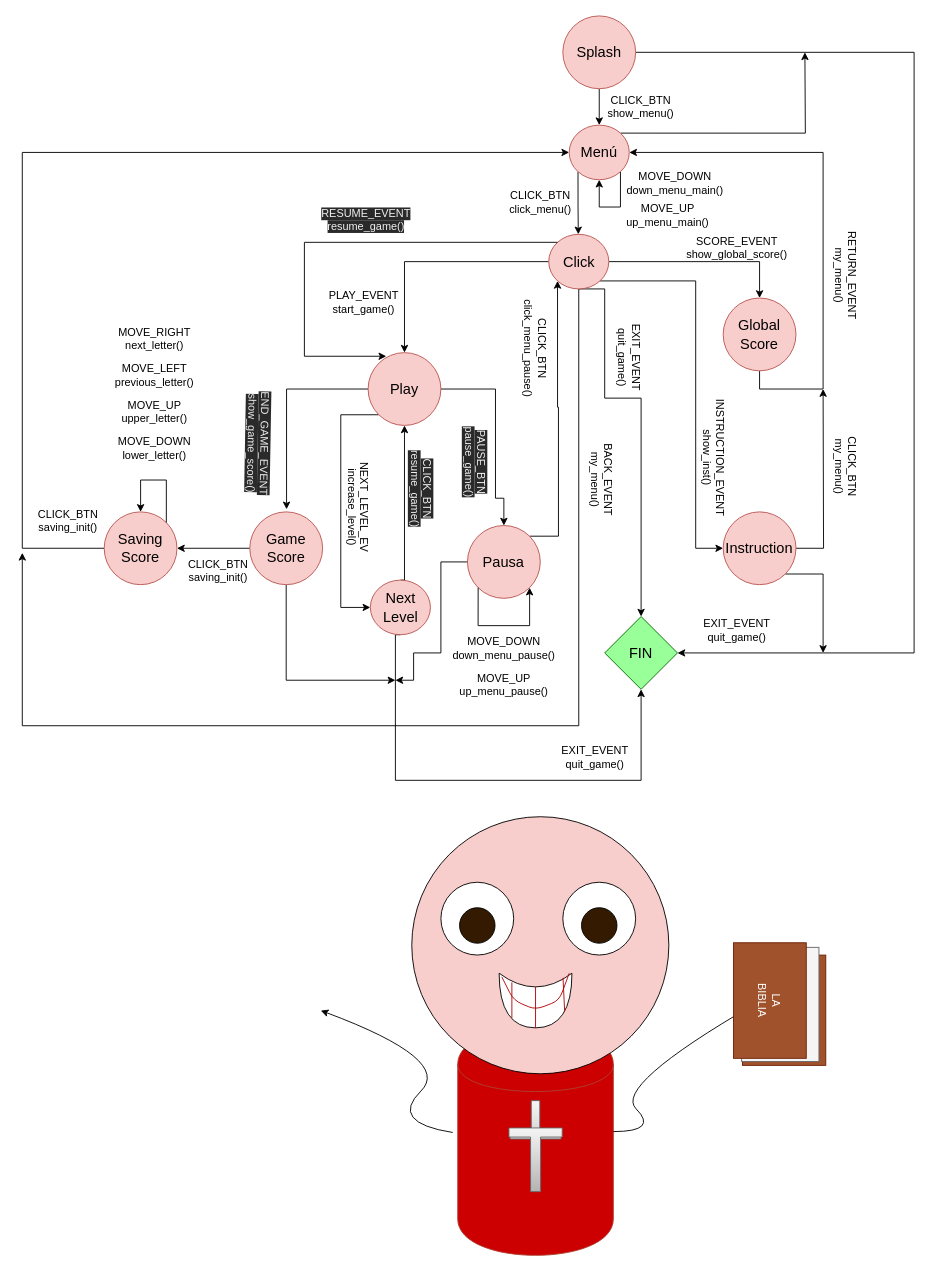
KevinWahle/Programacion-1-TP-Integrador keeps this draw.io diagram as some files/fsm_sketch.dio. Above is the earlier version. Source tidied: cells renumbered, new cells numbered last; positions are measured from the earlier drawing's top-left corner, leaving out a move shared by most shapes. Both pictures are drawn from the tidied source at 91%, with x=0, y=0 at pixel (22, 15).
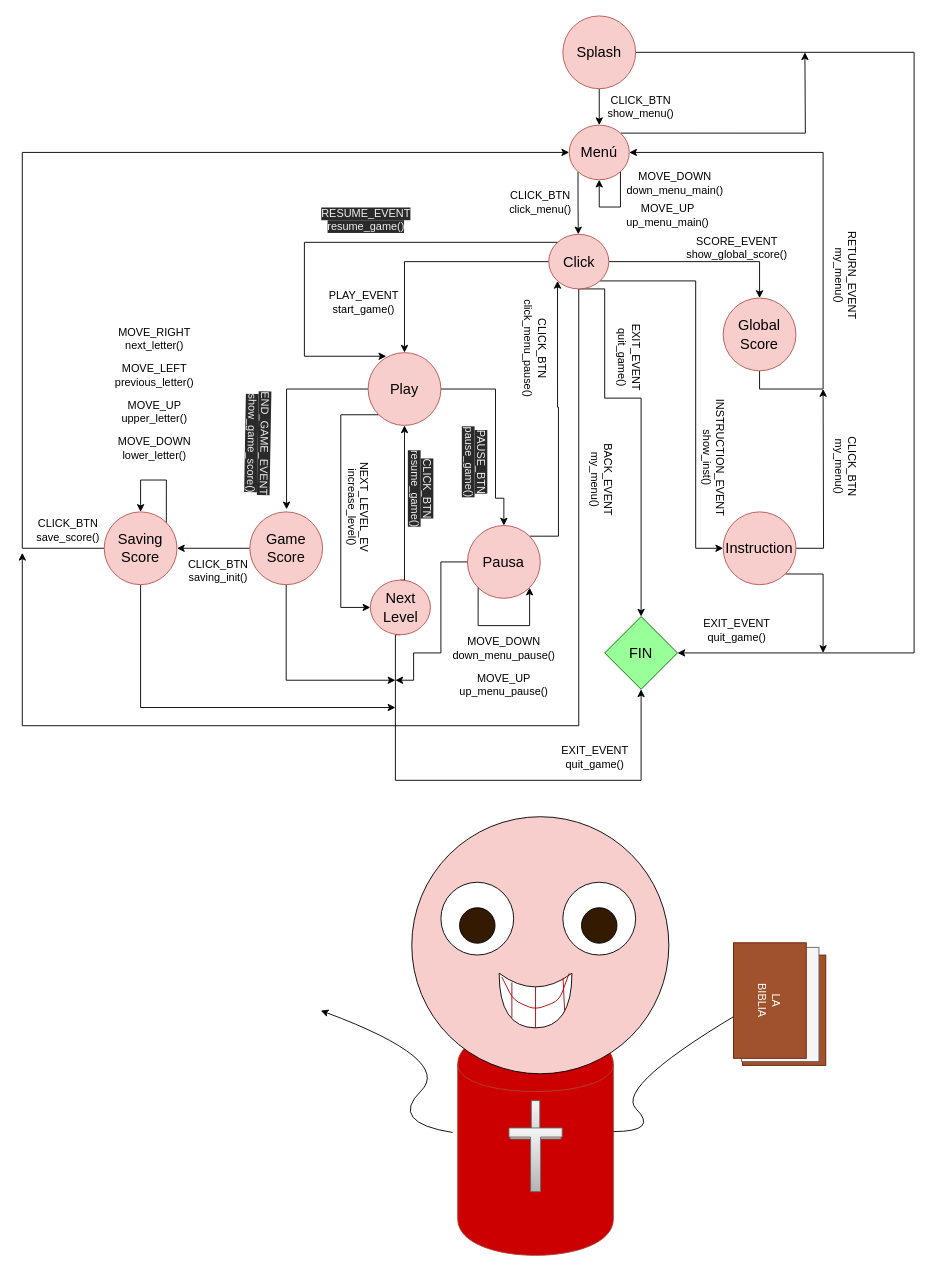
After the change.

Unchanged cells that the change refers to:
```xml
<mxCell id="60" value="Saving&lt;br&gt;Score" style="ellipse;whiteSpace=wrap;html=1;fillColor=#f8cecc;strokeColor=#b85450;fontColor=#000000;fontSize=16;" parent="1" vertex="1">
  <mxGeometry x="90" y="545" width="80" height="80" as="geometry" />
</mxCell>
```

What changed in the source:
```diff
@@
+    <mxCell id="84" style="edgeStyle=orthogonalEdgeStyle;rounded=0;jettySize=auto;html=1;exitX=0.5;exitY=1;exitDx=0;exitDy=0;" parent="1" edge="1" source="60">
+      <mxGeometry relative="1" as="geometry">
+        <mxPoint x="410" y="760" as="targetPoint" />
+        <Array as="points">
+          <mxPoint x="130" y="760" />
+        </Array>
+      </mxGeometry>
+    </mxCell>
@@
-    <mxCell id="83" value="CLICK_BTN&lt;br&gt;saving_init()" style="text;html=1;align=center;verticalAlign=middle;" parent="1" vertex="1">
-      <mxGeometry x="10" y="540" width="80" height="30" as="geometry" />
+    <mxCell id="83" value="CLICK_BTN&lt;br&gt;save_score()" style="text;html=1;align=center;verticalAlign=middle;" parent="1" vertex="1">
+      <mxGeometry x="10" y="550" width="80" height="30" as="geometry" />
     </mxCell>
```
